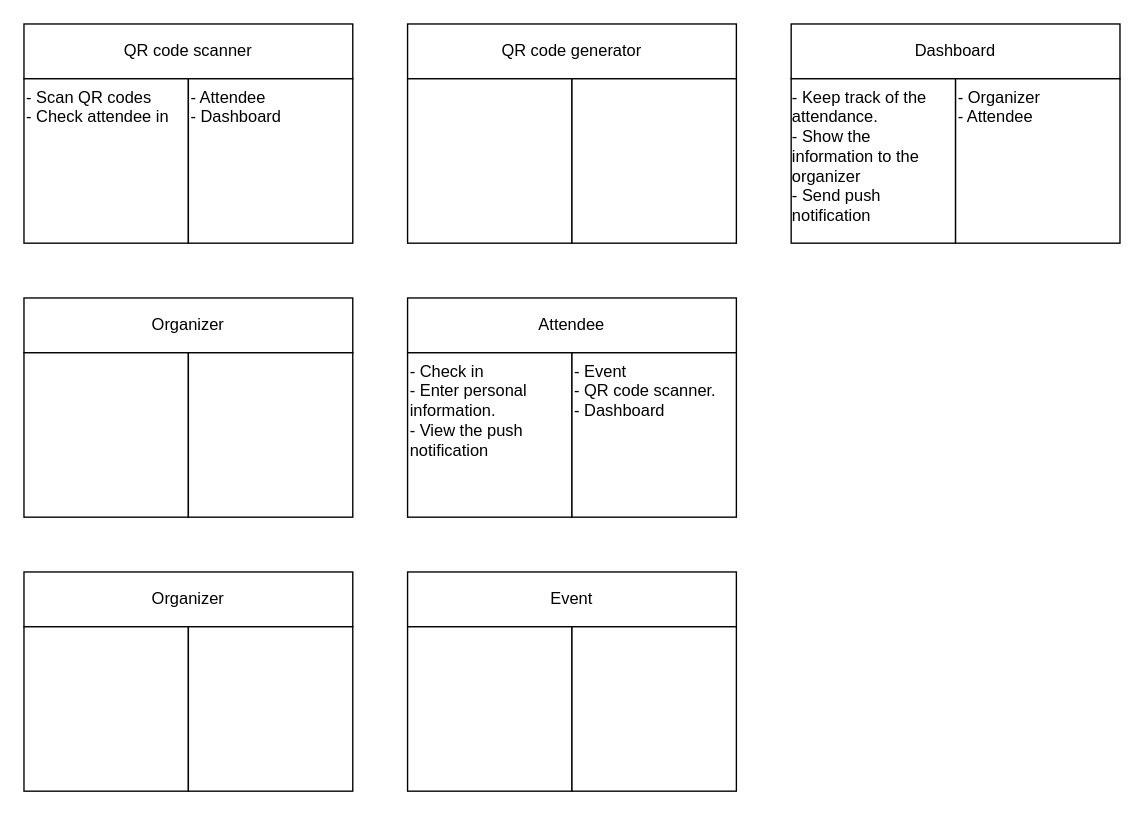
This is CRC.drawio from CMPUT301W24T20/Lins-Second-Strongest-Students, a draw.io file, before an edit. Source tidied: cells renumbered, new cells numbered last; positions are measured from the earlier drawing's top-left corner, leaving out a move shared by most shapes. Both pictures are drawn from the tidied source at 137%, with x=0, y=0 at pixel (23, 23).
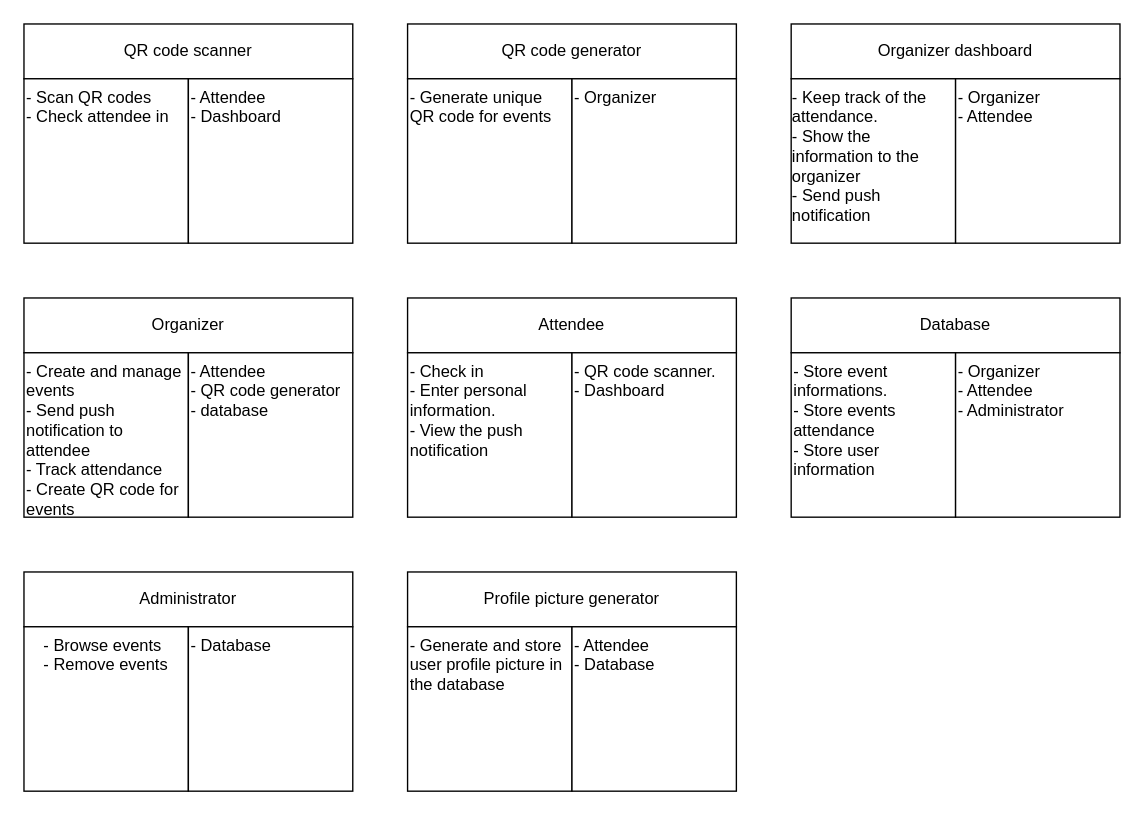
The same page after the edit.

Commit message:
Filled in all CRC cards.drawio

Unchanged cells that the change refers to:
```xml
<mxCell id="10" style="group;" parent="1" vertex="1">
  <mxGeometry y="200" width="240" height="160" as="geometry" />
</mxCell>
<mxCell id="14" style="group;" parent="1" vertex="1">
  <mxGeometry x="280" y="200" width="240" height="160" as="geometry" />
</mxCell>
<mxCell id="18" style="group;" parent="1" vertex="1">
  <mxGeometry y="400" width="240" height="160" as="geometry" />
</mxCell>
<mxCell id="22" style="group;" parent="1" vertex="1">
  <mxGeometry x="280" y="400" width="240" height="160" as="geometry" />
</mxCell>
<mxCell id="26" style="group;align=left;verticalAlign=top;horizontal=0;" parent="1" vertex="1">
  <mxGeometry x="560" width="240" height="160" as="geometry" />
</mxCell>
```

The edit, as a diff of the source:
```diff
@@
-    <mxCell id="6" style="group;" parent="1" vertex="1">
+    <mxCell id="6" style="group;align=left;" parent="1" vertex="1">
       <mxGeometry x="280" width="240" height="160" as="geometry" />
     </mxCell>
@@
-    <mxCell id="8" style="rounded=0;whiteSpace=wrap;html=1;" parent="6" vertex="1">
+    <mxCell id="8" value="- Generate unique QR code for events" style="rounded=0;whiteSpace=wrap;html=1;verticalAlign=top;align=left;" parent="6" vertex="1">
       <mxGeometry y="40" width="120" height="120" as="geometry" />
     </mxCell>
-    <mxCell id="9" style="rounded=0;whiteSpace=wrap;html=1;" parent="6" vertex="1">
+    <mxCell id="9" value="- Organizer&amp;nbsp;" style="rounded=0;whiteSpace=wrap;html=1;align=left;verticalAlign=top;" parent="6" vertex="1">
       <mxGeometry x="120" y="40" width="120" height="120" as="geometry" />
     </mxCell>
@@
-    <mxCell id="12" style="rounded=0;whiteSpace=wrap;html=1;" parent="10" vertex="1">
+    <mxCell id="12" value="- Create and manage events&lt;br&gt;- Send push notification to attendee&lt;br&gt;- Track attendance&lt;br&gt;- Create QR code for events&amp;nbsp;" style="rounded=0;whiteSpace=wrap;html=1;align=left;verticalAlign=top;" parent="10" vertex="1">
       <mxGeometry y="40" width="120" height="120" as="geometry" />
     </mxCell>
-    <mxCell id="13" style="rounded=0;whiteSpace=wrap;html=1;" parent="10" vertex="1">
+    <mxCell id="13" value="- Attendee&lt;br&gt;- QR code generator&lt;br&gt;- database &amp;nbsp;&amp;nbsp;" style="rounded=0;whiteSpace=wrap;html=1;align=left;verticalAlign=top;" parent="10" vertex="1">
       <mxGeometry x="120" y="40" width="120" height="120" as="geometry" />
     </mxCell>
@@
-    <mxCell id="17" value="- Event&lt;br&gt;- QR code scanner.&lt;br&gt;- Dashboard&amp;nbsp;" style="rounded=0;whiteSpace=wrap;html=1;align=left;verticalAlign=top;" parent="14" vertex="1">
+    <mxCell id="17" value="- QR code scanner.&lt;br&gt;- Dashboard&amp;nbsp;" style="rounded=0;whiteSpace=wrap;html=1;align=left;verticalAlign=top;" parent="14" vertex="1">
       <mxGeometry x="120" y="40" width="120" height="120" as="geometry" />
     </mxCell>
@@
-    <mxCell id="19" value="Organizer" style="rounded=0;whiteSpace=wrap;html=1;" parent="18" vertex="1">
+    <mxCell id="19" value="Administrator" style="rounded=0;whiteSpace=wrap;html=1;" parent="18" vertex="1">
       <mxGeometry width="240" height="40" as="geometry" />
     </mxCell>
-    <mxCell id="20" style="rounded=0;whiteSpace=wrap;html=1;" parent="18" vertex="1">
+    <mxCell id="20" value="&lt;div style=&quot;text-align: left;&quot;&gt;- Browse events&lt;/div&gt;&lt;div style=&quot;text-align: left;&quot;&gt;- Remove events&lt;/div&gt;" style="rounded=0;whiteSpace=wrap;html=1;verticalAlign=top;" parent="18" vertex="1">
       <mxGeometry y="40" width="120" height="120" as="geometry" />
     </mxCell>
-    <mxCell id="21" style="rounded=0;whiteSpace=wrap;html=1;" parent="18" vertex="1">
+    <mxCell id="21" value="- Database" style="rounded=0;whiteSpace=wrap;html=1;align=left;verticalAlign=top;" parent="18" vertex="1">
       <mxGeometry x="120" y="40" width="120" height="120" as="geometry" />
     </mxCell>
@@
-    <mxCell id="23" value="Event" style="rounded=0;whiteSpace=wrap;html=1;" parent="22" vertex="1">
+    <mxCell id="23" value="Profile picture generator" style="rounded=0;whiteSpace=wrap;html=1;" parent="22" vertex="1">
       <mxGeometry width="240" height="40" as="geometry" />
     </mxCell>
-    <mxCell id="24" style="rounded=0;whiteSpace=wrap;html=1;" parent="22" vertex="1">
+    <mxCell id="24" value="- Generate and store user profile picture in the database&amp;nbsp;" style="rounded=0;whiteSpace=wrap;html=1;align=left;verticalAlign=top;" parent="22" vertex="1">
       <mxGeometry y="40" width="120" height="120" as="geometry" />
     </mxCell>
-    <mxCell id="25" style="rounded=0;whiteSpace=wrap;html=1;" parent="22" vertex="1">
+    <mxCell id="25" value="- Attendee&lt;br&gt;&lt;div style=&quot;&quot;&gt;- Database&lt;/div&gt;" style="rounded=0;whiteSpace=wrap;html=1;align=left;verticalAlign=top;" parent="22" vertex="1">
       <mxGeometry x="120" y="40" width="120" height="120" as="geometry" />
     </mxCell>
@@
-    <mxCell id="27" value="Dashboard" style="rounded=0;whiteSpace=wrap;html=1;" parent="26" vertex="1">
+    <mxCell id="27" value="Organizer dashboard" style="rounded=0;whiteSpace=wrap;html=1;" parent="26" vertex="1">
       <mxGeometry width="240" height="40" as="geometry" />
     </mxCell>
@@
+    <mxCell id="30" style="group;" parent="1" vertex="1">
+      <mxGeometry x="560" y="200" width="240" height="160" as="geometry" />
+    </mxCell>
+    <mxCell id="31" value="Database" style="rounded=0;whiteSpace=wrap;html=1;" parent="30" vertex="1">
+      <mxGeometry width="240" height="40" as="geometry" />
+    </mxCell>
+    <mxCell id="32" value="- Store event informations.&lt;br&gt;- Store events attendance&lt;br&gt;- Store user information&amp;nbsp;" style="rounded=0;whiteSpace=wrap;html=1;verticalAlign=top;align=left;" parent="30" vertex="1">
+      <mxGeometry y="40" width="120" height="120" as="geometry" />
+    </mxCell>
+    <mxCell id="33" value="- Organizer&lt;br&gt;- Attendee&lt;br&gt;- Administrator&amp;nbsp;" style="rounded=0;whiteSpace=wrap;html=1;align=left;verticalAlign=top;" parent="30" vertex="1">
+      <mxGeometry x="120" y="40" width="120" height="120" as="geometry" />
+    </mxCell>
```
